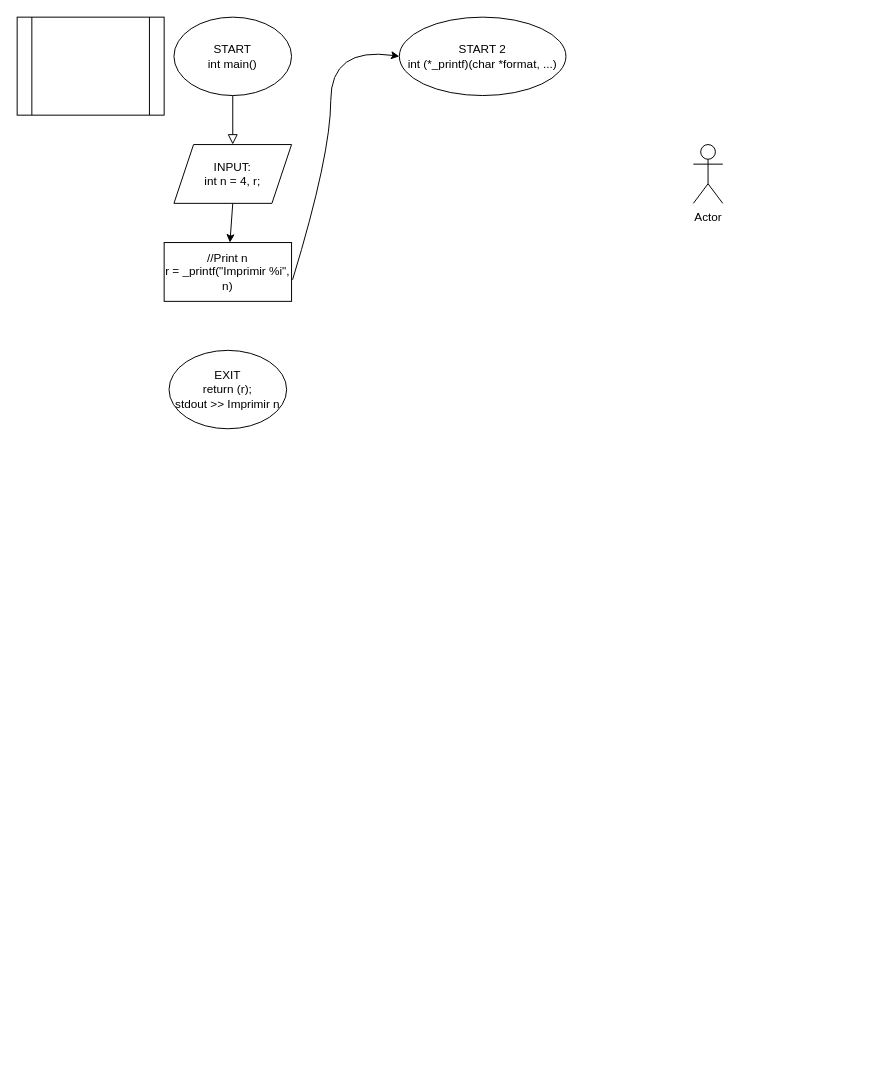
Cmart94/printf keeps this draw.io diagram as Untitled Diagram.drawio. Above is the earlier version. Source tidied: cells renumbered, new cells numbered last; positions are measured from the earlier drawing's top-left corner, leaving out a move shared by most shapes. Both pictures are drawn from the tidied source at 98%, with x=0, y=0 at pixel (17, 17).
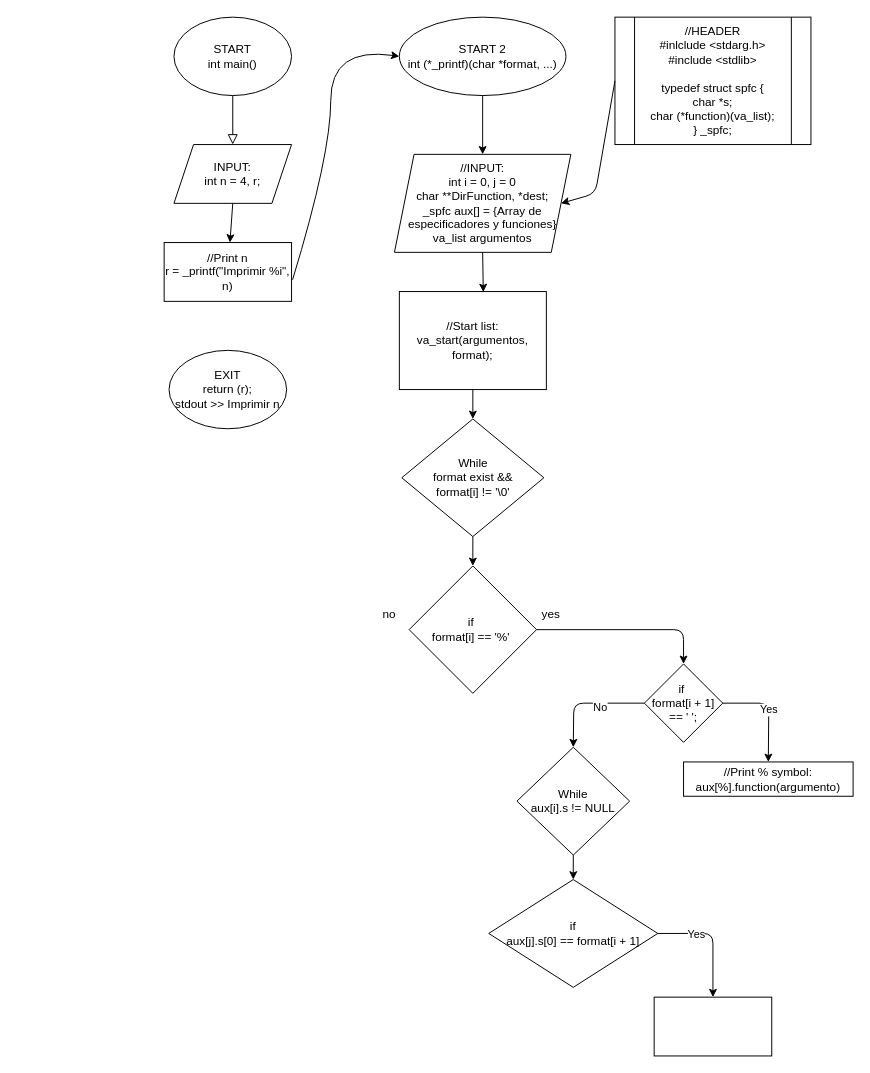
The same page after the edit.

Unchanged cells that the change refers to:
```xml
<mxCell id="8" value="START 2&lt;br&gt;int (*_printf)(char *format, ...)" style="ellipse;whiteSpace=wrap;html=1;" parent="1" vertex="1">
  <mxGeometry x="390" width="170" height="80" as="geometry" />
</mxCell>
```

The edit, as a diff of the source:
```diff
@@
-    <mxCell id="10" style="shape=process;whiteSpace=wrap;html=1;backgroundOutline=1;" parent="1" vertex="1">
-      <mxGeometry width="150" height="100" as="geometry" />
+    <mxCell id="10" value="//HEADER&lt;br&gt;#inlclude &amp;lt;stdarg.h&amp;gt;&lt;br&gt;#include &amp;lt;stdlib&amp;gt;&lt;br&gt;&lt;br&gt;typedef struct spfc {&lt;br&gt;char *s;&lt;br&gt;char (*function)(va_list);&lt;br&gt;} _spfc;&lt;br&gt;" style="shape=process;whiteSpace=wrap;html=1;backgroundOutline=1;" parent="1" vertex="1">
+      <mxGeometry x="610" width="200" height="130" as="geometry" />
     </mxCell>
-    <mxCell id="11" value="Actor" style="shape=umlActor;verticalLabelPosition=bottom;verticalAlign=top;html=1;" parent="1" vertex="1">
-      <mxGeometry x="690" y="130" width="30" height="60" as="geometry" />
-    </mxCell>
+    <mxCell id="12" value="//INPUT:&lt;br&gt;int i = 0, j = 0&lt;br&gt;char **DirFunction, *dest;&lt;br&gt;_spfc aux[] = {Array de especificadores y funciones}&lt;br&gt;va_list argumentos" style="shape=parallelogram;perimeter=parallelogramPerimeter;whiteSpace=wrap;html=1;fixedSize=1;" parent="1" vertex="1">
+      <mxGeometry x="385" y="140" width="180" height="100" as="geometry" />
+    </mxCell>
+    <mxCell id="13" style="endArrow=classic;html=1;exitX=0.5;exitY=1;exitDx=0;exitDy=0;entryX=0.5;entryY=0;entryDx=0;entryDy=0;" parent="1" edge="1" source="8" target="12">
+      <mxGeometry relative="1" as="geometry" />
+    </mxCell>
+    <mxCell id="14" style="endArrow=classic;html=1;exitX=0;exitY=0.5;exitDx=0;exitDy=0;entryX=1;entryY=0.5;entryDx=0;entryDy=0;" parent="1" edge="1" source="10" target="12">
+      <mxGeometry relative="1" as="geometry">
+        <Array as="points">
+          <mxPoint x="590" y="180" />
+        </Array>
+      </mxGeometry>
+    </mxCell>
+    <mxCell id="15" value="//Start list:&lt;br&gt;va_start(argumentos, format);" style="rounded=0;whiteSpace=wrap;html=1;" parent="1" vertex="1">
+      <mxGeometry x="390" y="280" width="150" height="100" as="geometry" />
+    </mxCell>
+    <mxCell id="16" style="endArrow=classic;html=1;exitX=0.5;exitY=1;exitDx=0;exitDy=0;entryX=0.571;entryY=0.005;entryDx=0;entryDy=0;entryPerimeter=0;" parent="1" edge="1" source="12" target="15">
+      <mxGeometry relative="1" as="geometry" />
+    </mxCell>
+    <mxCell id="17" value="While&lt;br&gt;format exist &amp;amp;&amp;amp;&lt;br&gt;format[i] != '\0'" style="rhombus;whiteSpace=wrap;html=1;" parent="1" vertex="1">
+      <mxGeometry x="392.5" y="410" width="145" height="120" as="geometry" />
+    </mxCell>
+    <mxCell id="18" style="endArrow=classic;html=1;entryX=0.5;entryY=0;entryDx=0;entryDy=0;exitX=0.5;exitY=1;exitDx=0;exitDy=0;" parent="1" edge="1" source="15" target="17">
+      <mxGeometry relative="1" as="geometry" />
+    </mxCell>
+    <mxCell id="19" value="if&amp;nbsp;&lt;br&gt;format[i] == '%'&amp;nbsp;" style="rhombus;whiteSpace=wrap;html=1;" parent="1" vertex="1">
+      <mxGeometry x="400" y="560" width="130" height="130" as="geometry" />
+    </mxCell>
+    <mxCell id="20" style="endArrow=classic;html=1;entryX=0.5;entryY=0;entryDx=0;entryDy=0;exitX=0.5;exitY=1;exitDx=0;exitDy=0;" parent="1" edge="1" source="17" target="19">
+      <mxGeometry relative="1" as="geometry" />
+    </mxCell>
+    <mxCell id="21" value="yes" style="text;html=1;strokeColor=none;fillColor=none;align=center;verticalAlign=middle;whiteSpace=wrap;rounded=0;" parent="1" vertex="1">
+      <mxGeometry x="525" y="600" width="40" height="20" as="geometry" />
+    </mxCell>
+    <mxCell id="22" value="no" style="text;html=1;strokeColor=none;fillColor=none;align=center;verticalAlign=middle;whiteSpace=wrap;rounded=0;" parent="1" vertex="1">
+      <mxGeometry x="360" y="600" width="40" height="20" as="geometry" />
+    </mxCell>
+    <mxCell id="23" value="While&lt;br&gt;aux[i].s != NULL" style="rhombus;whiteSpace=wrap;html=1;" parent="1" vertex="1">
+      <mxGeometry x="510" y="745" width="115" height="110" as="geometry" />
+    </mxCell>
+    <mxCell id="24" value="if&amp;nbsp;&lt;br&gt;format[i + 1] == ' ';" style="rhombus;whiteSpace=wrap;html=1;" parent="1" vertex="1">
+      <mxGeometry x="640" y="660" width="80" height="80" as="geometry" />
+    </mxCell>
+    <mxCell id="25" style="endArrow=classic;html=1;exitX=1;exitY=0.5;exitDx=0;exitDy=0;entryX=0.5;entryY=0;entryDx=0;entryDy=0;" parent="1" edge="1" source="19" target="24">
+      <mxGeometry relative="1" as="geometry">
+        <Array as="points">
+          <mxPoint x="680" y="625" />
+        </Array>
+      </mxGeometry>
+    </mxCell>
+    <mxCell id="26" value="//Print % symbol:&lt;br&gt;aux[%].function(argumento)" style="rounded=0;whiteSpace=wrap;html=1;" parent="1" vertex="1">
+      <mxGeometry x="680" y="760" width="173" height="35" as="geometry" />
+    </mxCell>
+    <mxCell id="27" style="endArrow=classic;html=1;exitX=0;exitY=0.5;exitDx=0;exitDy=0;entryX=0.5;entryY=0;entryDx=0;entryDy=0;" parent="1" edge="1" source="24" target="23">
+      <mxGeometry relative="1" as="geometry">
+        <Array as="points">
+          <mxPoint x="568" y="700" />
+        </Array>
+      </mxGeometry>
+    </mxCell>
+    <mxCell id="28" value="No&lt;br&gt;" style="edgeLabel;html=1;align=center;verticalAlign=middle;" parent="27" vertex="1">
+      <mxGeometry x="-0.21" y="3" relative="1" as="geometry" />
+    </mxCell>
+    <mxCell id="29" value="Yes" style="endArrow=classic;html=1;exitX=1;exitY=0.5;exitDx=0;exitDy=0;entryX=0.5;entryY=0;entryDx=0;entryDy=0;" parent="1" edge="1" source="24" target="26">
+      <mxGeometry relative="1" as="geometry">
+        <Array as="points">
+          <mxPoint x="767" y="700" />
+        </Array>
+      </mxGeometry>
+    </mxCell>
+    <mxCell id="30" value="if&lt;br&gt;aux[j].s[0] == format[i + 1]" style="rhombus;whiteSpace=wrap;html=1;" parent="1" vertex="1">
+      <mxGeometry x="481.2" y="880" width="172.5" height="110" as="geometry" />
+    </mxCell>
+    <mxCell id="31" style="endArrow=classic;html=1;exitX=0.5;exitY=1;exitDx=0;exitDy=0;entryX=0.5;entryY=0;entryDx=0;entryDy=0;" parent="1" edge="1" source="23" target="30">
+      <mxGeometry relative="1" as="geometry" />
+    </mxCell>
+    <mxCell id="32" style="rounded=0;whiteSpace=wrap;html=1;" parent="1" vertex="1">
+      <mxGeometry x="650" y="1000" width="120" height="60" as="geometry" />
+    </mxCell>
+    <mxCell id="33" style="endArrow=classic;html=1;exitX=1;exitY=0.5;exitDx=0;exitDy=0;entryX=0.5;entryY=0;entryDx=0;entryDy=0;" parent="1" edge="1" source="30" target="32">
+      <mxGeometry relative="1" as="geometry">
+        <Array as="points">
+          <mxPoint x="710" y="935" />
+        </Array>
+      </mxGeometry>
+    </mxCell>
+    <mxCell id="34" value="Yes" style="edgeLabel;html=1;align=center;verticalAlign=middle;" parent="33" vertex="1">
+      <mxGeometry x="-0.36" relative="1" as="geometry" />
+    </mxCell>
```
